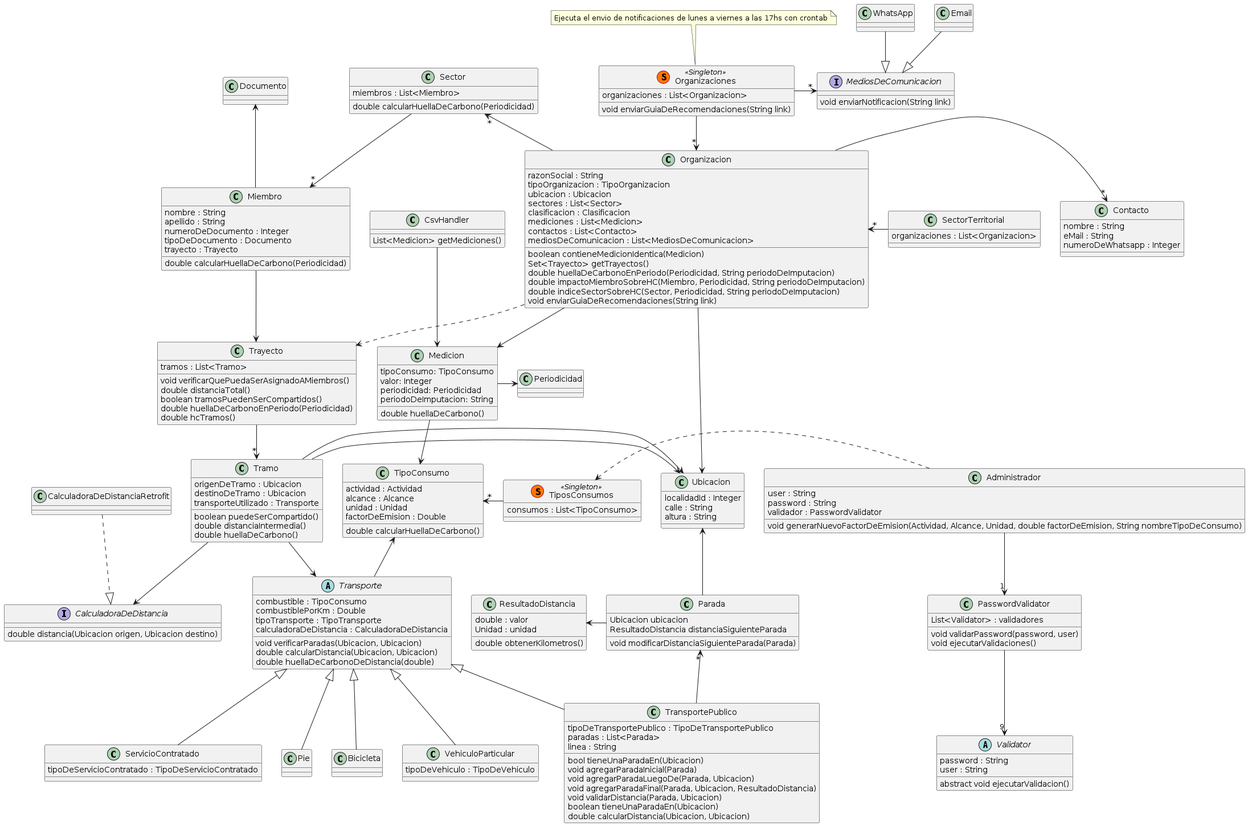
Above: out/Diagrama-simplificado/TPA-3-Simplificado.png in mbeorlegui/tpa-dds-2022 (PlantUML), before the change.
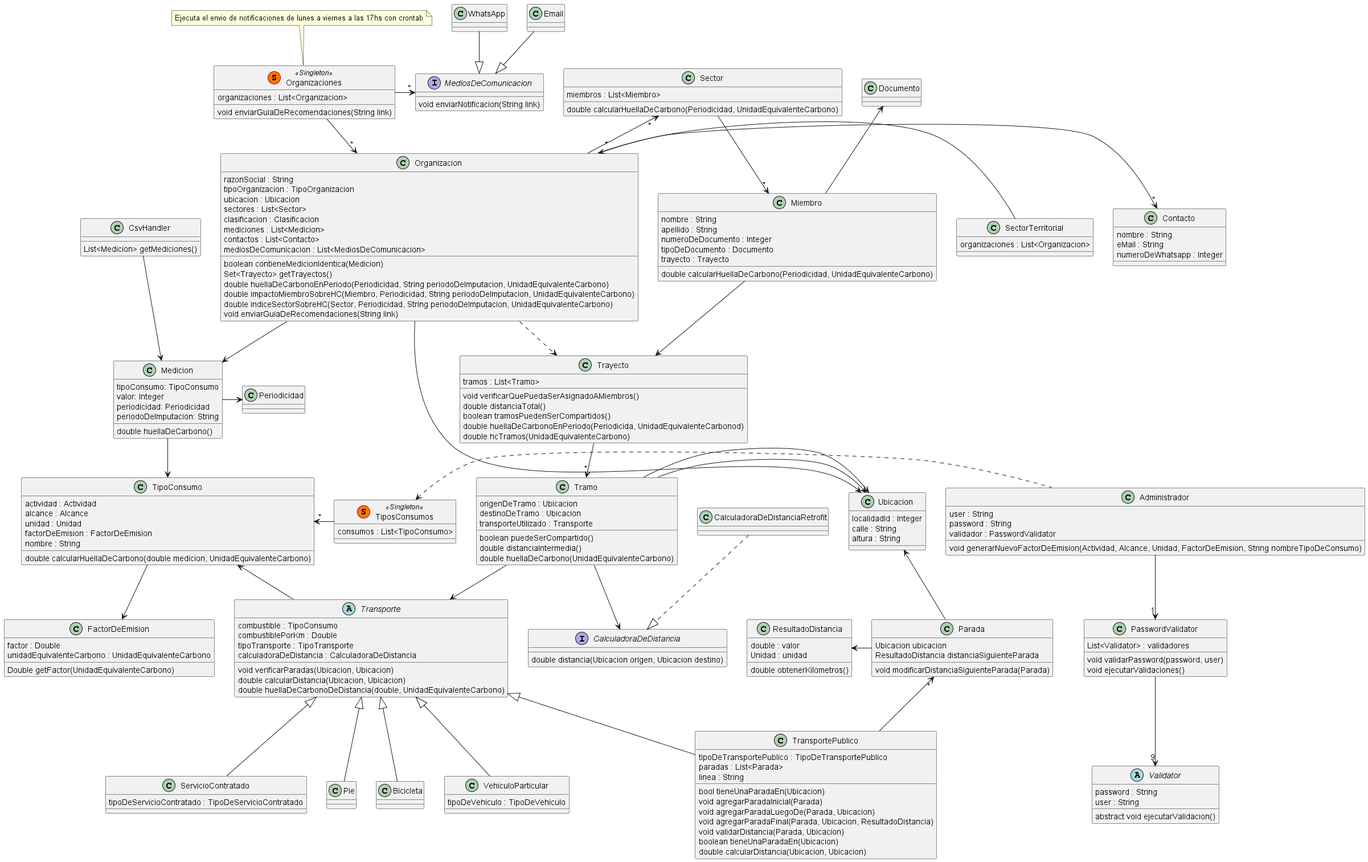
Later version of the same file.

Commit message:
Actualizo diagramas

The edit, as a diff of the source:
```diff
@@ -11,9 +11,9 @@
   mediosDeComunicacion : List<MediosDeComunicacion>
   boolean contieneMedicionIdentica(Medicion)
   Set<Trayecto> getTrayectos()
-  double huellaDeCarbonoEnPeriodo(Periodicidad, String periodoDeImputacion)
-  double impactoMiembroSobreHC(Miembro, Periodicidad, String periodoDeImputacion)
-  double indiceSectorSobreHC(Sector, Periodicidad, String periodoDeImputacion)
+  double huellaDeCarbonoEnPeriodo(Periodicidad, String periodoDeImputacion, UnidadEquivalenteCarbono)
+  double impactoMiembroSobreHC(Miembro, Periodicidad, String periodoDeImputacion, UnidadEquivalenteCarbono)
+  double indiceSectorSobreHC(Sector, Periodicidad, String periodoDeImputacion, UnidadEquivalenteCarbono)
   void enviarGuiaDeRecomendaciones(String link)
 }
 
@@ -56,10 +56,16 @@
   actividad : Actividad
   alcance : Alcance
   unidad : Unidad
-  factorDeEmision : Double
-  double calcularHuellaDeCarbono()
+  factorDeEmision : FactorDeEmision
+  nombre : String
+  double calcularHuellaDeCarbono(double medicion, UnidadEquivalenteCarbono)
 }
 
+class FactorDeEmision {
+  factor : Double
+  unidadEquivalenteCarbono : UnidadEquivalenteCarbono
+  Double getFactor(UnidadEquivalenteCarbono)
+}
 
 class Medicion {
   tipoConsumo: TipoConsumo
@@ -77,7 +83,7 @@
 
 class Sector {
   miembros : List<Miembro>
-  double calcularHuellaDeCarbono(Periodicidad)
+  double calcularHuellaDeCarbono(Periodicidad, UnidadEquivalenteCarbono)
 }
 
 class Miembro {
@@ -86,7 +92,7 @@
   numeroDeDocumento : Integer
   tipoDeDocumento : Documento
   trayecto : Trayecto
-  double calcularHuellaDeCarbono(Periodicidad)
+  double calcularHuellaDeCarbono(Periodicidad, UnidadEquivalenteCarbono)
 }
 
 abstract Transporte {
@@ -96,7 +102,7 @@
   calculadoraDeDistancia : CalculadoraDeDistancia
   void verificarParadas(Ubicacion, Ubicacion)
   double calcularDistancia(Ubicacion, Ubicacion)
-  double huellaDeCarbonoDeDistancia(double)
+  double huellaDeCarbonoDeDistancia(double, UnidadEquivalenteCarbono)
 }
 
 
@@ -136,7 +142,7 @@
   transporteUtilizado : Transporte
   boolean puedeSerCompartido()
   double distanciaIntermedia()
-  double huellaDeCarbono()
+  double huellaDeCarbono(UnidadEquivalenteCarbono)
 }
 
 class Trayecto {
@@ -144,8 +150,8 @@
   void verificarQuePuedaSerAsignadoAMiembros()
   double distanciaTotal()
   boolean tramosPuedenSerCompartidos()
-  double huellaDeCarbonoEnPeriodo(Periodicidad)
-  double hcTramos()
+  double huellaDeCarbonoEnPeriodo(Periodicida, UnidadEquivalenteCarbonod)
+  double hcTramos(UnidadEquivalenteCarbono)
 }
 
 interface CalculadoraDeDistancia {
@@ -172,7 +178,7 @@
   user : String
   password : String
   validador : PasswordValidator
-  void generarNuevoFactorDeEmision(Actividad, Alcance, Unidad, double factorDeEmision, String nombreTipoDeConsumo)
+  void generarNuevoFactorDeEmision(Actividad, Alcance, Unidad, FactorDeEmision, String nombreTipoDeConsumo)
 }
 
 class PasswordValidator {
@@ -218,6 +224,7 @@
 ServicioContratado -up-|> Transporte
 
 Transporte -up-> TipoConsumo
+TipoConsumo -down-> FactorDeEmision
 
 Organizacion ..> Trayecto
 Tramo --> CalculadoraDeDistancia
```
